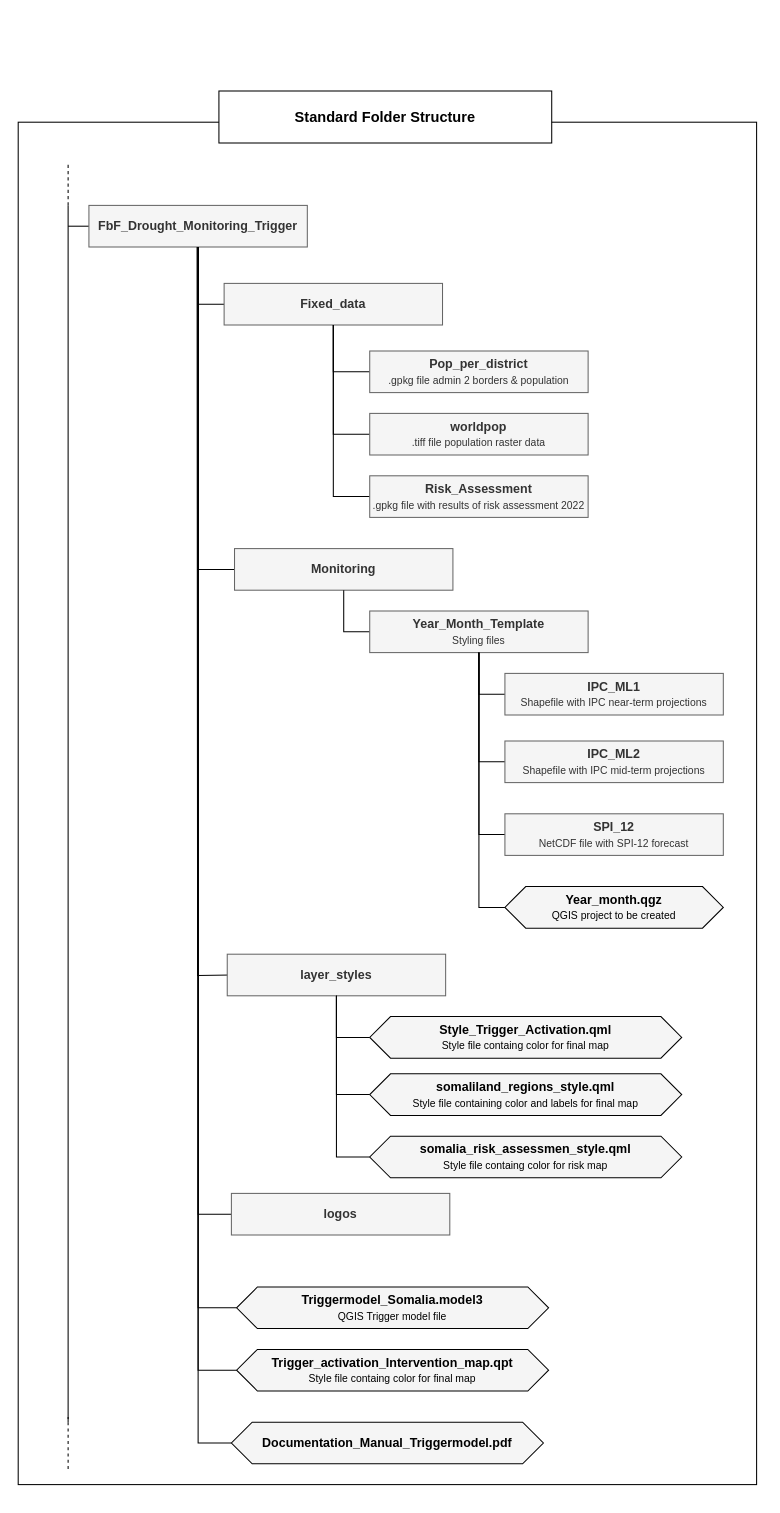
Before: fig/Folder_structure_FbF_Drought_Monitoring_Trigger.drawio in GIScience/gis-training-resource-center, a draw.io diagram. Source tidied: cells renumbered, new cells numbered last; positions are measured from the earlier drawing's top-left corner, leaving out a move shared by most shapes. Both pictures are drawn from the tidied source at 104%, with x=0, y=0 at pixel (18, 90).
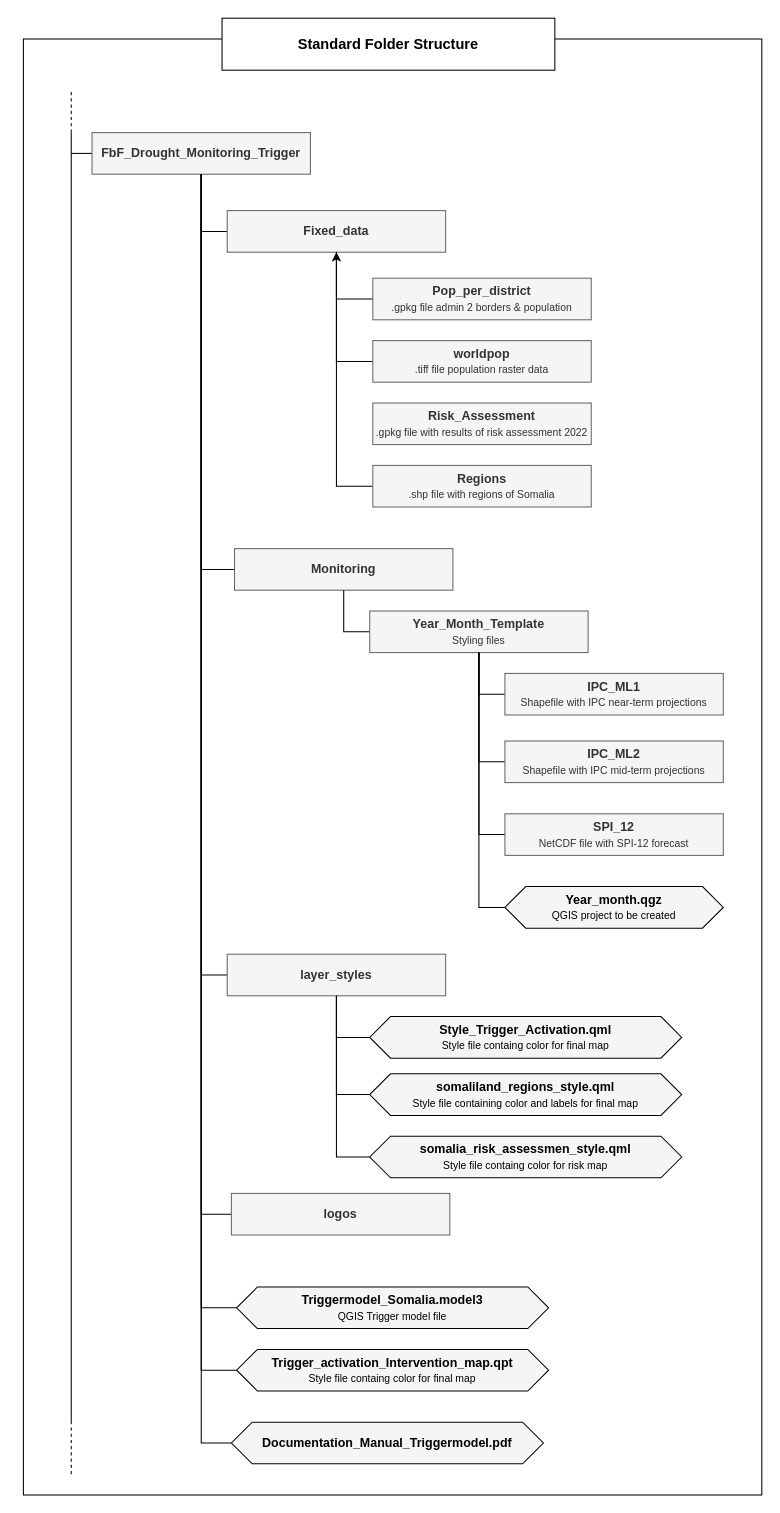
Above is the later version.

Unchanged cells that the change refers to:
```xml
<mxCell id="36" value="&lt;font style=&quot;&quot;&gt;&lt;b&gt;layer_styles&lt;/b&gt;&lt;br&gt;&lt;/font&gt;" style="rounded=0;whiteSpace=wrap;html=1;fillColor=#f5f5f5;fontColor=#333333;strokeColor=#666666;fontStyle=0;" parent="1" vertex="1">
  <mxGeometry x="201" y="830" width="210" height="40" as="geometry" />
</mxCell>
```

Change to the diagram source:
```diff
@@
     <mxCell id="2" style="rounded=0;whiteSpace=wrap;html=1;" parent="1" vertex="1">
-      <mxGeometry y="30" width="710" height="1310" as="geometry" />
+      <mxGeometry x="5" y="-50" width="710" height="1400" as="geometry" />
     </mxCell>
     <mxCell id="3" style="endArrow=none;html=1;rounded=0;" parent="1" edge="1">
       <mxGeometry relative="1" as="geometry">
-        <mxPoint x="48" y="1280" as="sourcePoint" />
-        <mxPoint x="48" y="110" as="targetPoint" />
+        <mxPoint x="51" y="1280" as="sourcePoint" />
+        <mxPoint x="51" y="40" as="targetPoint" />
       </mxGeometry>
     </mxCell>
     <mxCell id="4" style="endArrow=none;dashed=1;html=1;rounded=0;" parent="1" edge="1">
       <mxGeometry relative="1" as="geometry">
-        <mxPoint x="48" y="110" as="sourcePoint" />
-        <mxPoint x="48" y="70" as="targetPoint" />
+        <mxPoint x="51" y="40" as="sourcePoint" />
+        <mxPoint x="51" as="targetPoint" />
       </mxGeometry>
     </mxCell>
     <mxCell id="5" style="edgeStyle=orthogonalEdgeStyle;rounded=0;jettySize=auto;html=1;endArrow=none;endFill=0;" parent="1" edge="1" source="6">
       <mxGeometry relative="1" as="geometry">
-        <mxPoint x="48" y="130" as="targetPoint" />
+        <mxPoint x="51" y="60" as="targetPoint" />
       </mxGeometry>
     </mxCell>
     <mxCell id="6" value="&lt;b&gt;FbF_Drought_Monitoring_Trigger&lt;/b&gt;" style="rounded=0;whiteSpace=wrap;html=1;fillColor=#f5f5f5;fontColor=#333333;strokeColor=#666666;fontStyle=0;" parent="1" vertex="1">
-      <mxGeometry x="68" y="110" width="210" height="40" as="geometry" />
+      <mxGeometry x="71" y="40" width="210" height="40" as="geometry" />
     </mxCell>
@@
     <mxCell id="8" value="&lt;font style=&quot;&quot;&gt;&lt;b&gt;Fixed_data&lt;/b&gt;&lt;br&gt;&lt;/font&gt;" style="rounded=0;whiteSpace=wrap;html=1;fillColor=#f5f5f5;fontColor=#333333;strokeColor=#666666;fontStyle=0;" parent="1" vertex="1">
-      <mxGeometry x="198" y="185" width="210" height="40" as="geometry" />
+      <mxGeometry x="201" y="115" width="210" height="40" as="geometry" />
     </mxCell>
@@
     <mxCell id="13" value="&lt;p class=&quot;MsoNormal&quot;&gt;&lt;font size=&quot;1&quot; style=&quot;&quot;&gt;&lt;b style=&quot;font-size: 14px;&quot;&gt;Standard Folder Structure&lt;/b&gt;&lt;/font&gt;&lt;/p&gt;" style="rounded=0;whiteSpace=wrap;html=1;" parent="1" vertex="1">
-      <mxGeometry x="193" width="320" height="50" as="geometry" />
+      <mxGeometry x="196" y="-70" width="320" height="50" as="geometry" />
     </mxCell>
     <mxCell id="14" style="endArrow=none;dashed=1;html=1;rounded=0;" parent="1" edge="1">
       <mxGeometry relative="1" as="geometry">
-        <mxPoint x="48" y="1325" as="sourcePoint" />
-        <mxPoint x="48" y="1275" as="targetPoint" />
+        <mxPoint x="51" y="1330" as="sourcePoint" />
+        <mxPoint x="51" y="1280" as="targetPoint" />
       </mxGeometry>
     </mxCell>
@@
     <mxCell id="28" value="&lt;font style=&quot;&quot;&gt;&lt;b&gt;Pop_per_district&lt;br&gt;&lt;/b&gt;&lt;span style=&quot;font-size: 10px;&quot;&gt;.gpkg file admin 2 borders &amp;amp; population&lt;/span&gt;&lt;br&gt;&lt;/font&gt;" style="rounded=0;whiteSpace=wrap;html=1;fillColor=#f5f5f5;fontColor=#333333;strokeColor=#666666;fontStyle=0;" parent="1" vertex="1">
-      <mxGeometry x="338" y="250" width="210" height="40" as="geometry" />
+      <mxGeometry x="341" y="180" width="210" height="40" as="geometry" />
     </mxCell>
@@
     <mxCell id="30" value="&lt;font style=&quot;&quot;&gt;&lt;b&gt;worldpop&lt;br&gt;&lt;/b&gt;&lt;span style=&quot;font-size: 10px;&quot;&gt;.tiff file population raster data&lt;/span&gt;&lt;br&gt;&lt;/font&gt;" style="rounded=0;whiteSpace=wrap;html=1;fillColor=#f5f5f5;fontColor=#333333;strokeColor=#666666;fontStyle=0;" parent="1" vertex="1">
-      <mxGeometry x="338" y="310" width="210" height="40" as="geometry" />
+      <mxGeometry x="341" y="240" width="210" height="40" as="geometry" />
     </mxCell>
-    <mxCell id="31" style="edgeStyle=orthogonalEdgeStyle;rounded=0;jettySize=auto;html=1;entryX=0.5;entryY=1;entryDx=0;entryDy=0;exitX=0;exitY=0.5;exitDx=0;exitDy=0;endArrow=none;endFill=0;" parent="1" edge="1" source="32" target="8">
-      <mxGeometry relative="1" as="geometry" />
-    </mxCell>
     <mxCell id="32" value="&lt;font style=&quot;&quot;&gt;&lt;b&gt;Risk_Assessment&lt;br&gt;&lt;/b&gt;&lt;span style=&quot;font-size: 10px;&quot;&gt;.gpkg file with results of risk assessment 2022&lt;/span&gt;&lt;br&gt;&lt;/font&gt;" style="rounded=0;whiteSpace=wrap;html=1;fillColor=#f5f5f5;fontColor=#333333;strokeColor=#666666;fontStyle=0;" parent="1" vertex="1">
-      <mxGeometry x="338" y="370" width="210" height="40" as="geometry" />
+      <mxGeometry x="341" y="300" width="210" height="40" as="geometry" />
     </mxCell>
@@
-    <mxCell id="35" style="edgeStyle=orthogonalEdgeStyle;rounded=0;orthogonalLoop=1;jettySize=auto;html=1;endArrow=none;endFill=0;" parent="1" edge="1">
-      <mxGeometry relative="1" as="geometry">
-        <mxPoint x="205" y="850" as="sourcePoint" />
-        <mxPoint x="172" y="150" as="targetPoint" />
-      </mxGeometry>
-    </mxCell>
+    <mxCell id="45" style="edgeStyle=orthogonalEdgeStyle;rounded=0;jettySize=auto;html=1;entryX=0.5;entryY=1;entryDx=0;entryDy=0;exitX=0;exitY=0.5;exitDx=0;exitDy=0;endArrow=none;endFill=0;" parent="1" edge="1" source="36" target="6">
+      <mxGeometry relative="1" as="geometry" />
+    </mxCell>
@@
+    <mxCell id="46" style="edgeStyle=orthogonalEdgeStyle;rounded=0;jettySize=auto;html=1;entryX=0.5;entryY=1;entryDx=0;entryDy=0;exitX=0;exitY=0.5;exitDx=0;exitDy=0;" parent="1" edge="1" source="47" target="8">
+      <mxGeometry relative="1" as="geometry" />
+    </mxCell>
+    <mxCell id="47" value="&lt;font style=&quot;&quot;&gt;&lt;b&gt;Regions&lt;br&gt;&lt;/b&gt;&lt;span style=&quot;font-size: 10px;&quot;&gt;.shp file with regions of Somalia&lt;/span&gt;&lt;br&gt;&lt;/font&gt;" style="rounded=0;whiteSpace=wrap;html=1;fillColor=#f5f5f5;fontColor=#333333;strokeColor=#666666;fontStyle=0;" parent="1" vertex="1">
+      <mxGeometry x="341" y="360" width="210" height="40" as="geometry" />
+    </mxCell>
```
